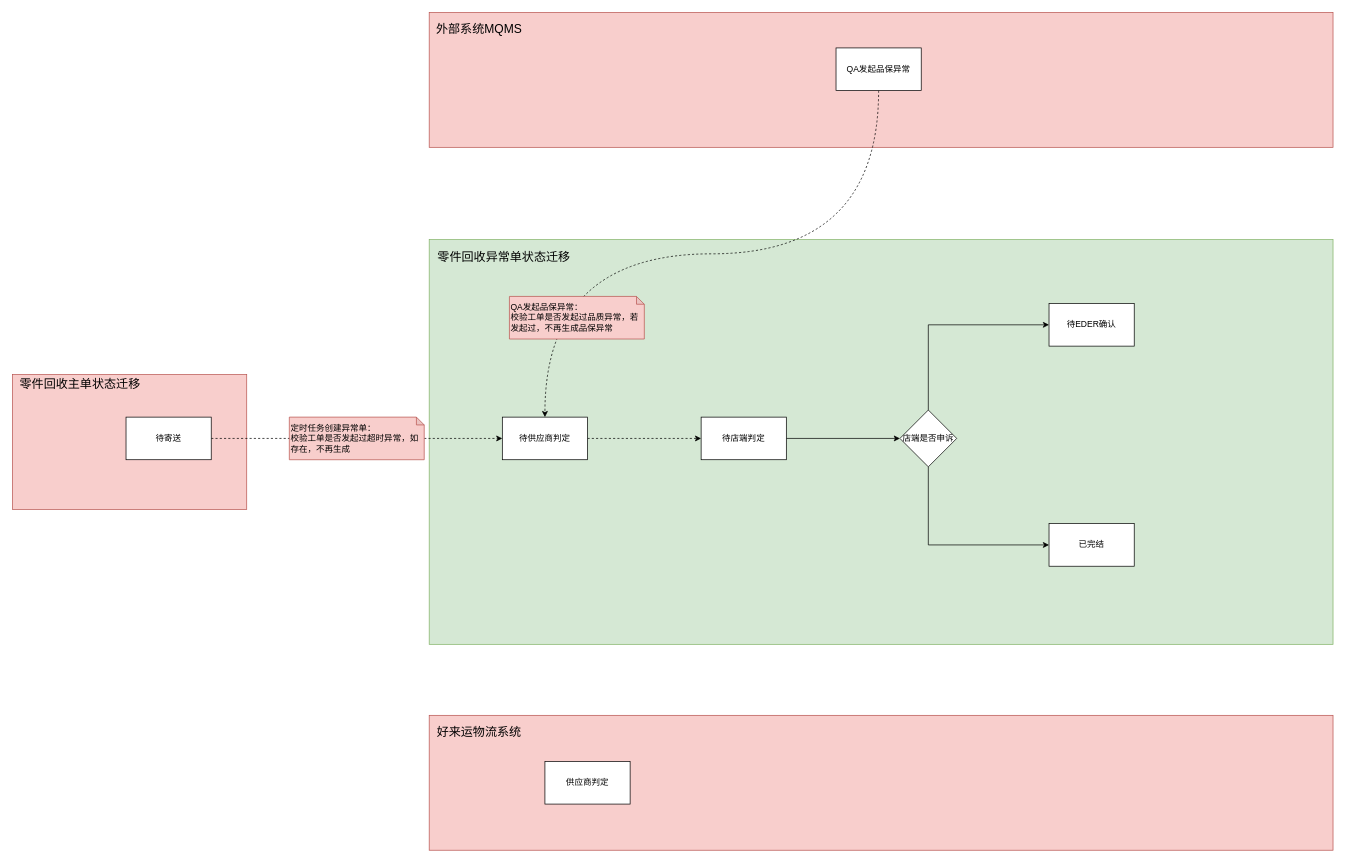
This is 零件回收异常单事件设计.drawio from 1132489442/designer, a draw.io file, before an edit. Source tidied: cells renumbered, new cells numbered last; positions are measured from the earlier drawing's top-left corner, leaving out a move shared by most shapes. Both pictures are drawn from the tidied source at 71%, with x=0, y=0 at pixel (12, 12).
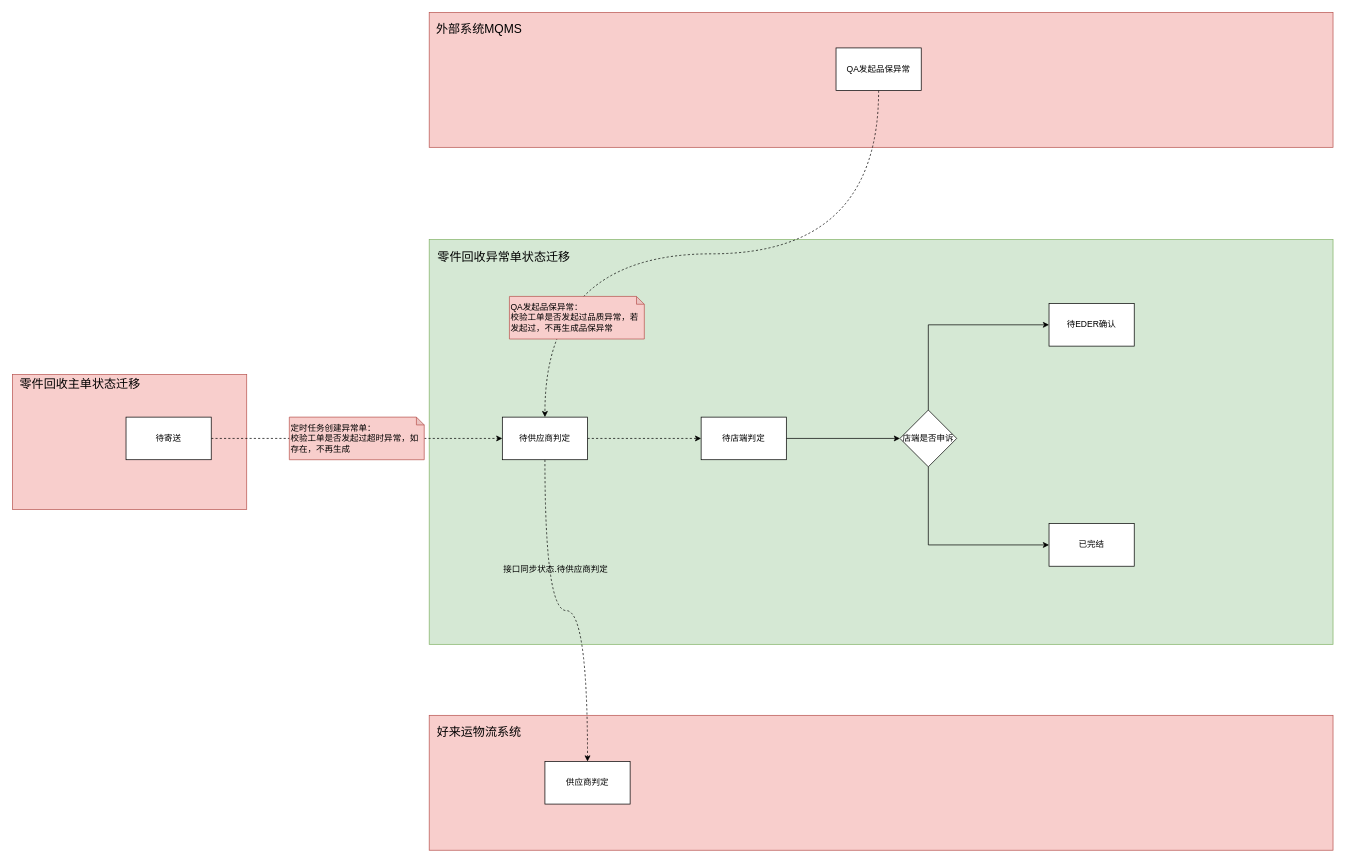
After the change.

Commit message (it also covers changes not shown here):
更新零件回收异常单事件设计.drawio

The change refers to these unchanged cells:
```xml
<mxCell id="10" value="&lt;span style=&quot;font-size: 12px;&quot;&gt;待供应商判定&lt;/span&gt;" style="rounded=0;whiteSpace=wrap;html=1;" parent="1" vertex="1">
  <mxGeometry x="690" y="570" width="120" height="60" as="geometry" />
</mxCell>
<mxCell id="23" value="&lt;span style=&quot;font-size: 12px;&quot;&gt;供应商判定&lt;/span&gt;" style="rounded=0;whiteSpace=wrap;html=1;" parent="1" vertex="1">
  <mxGeometry x="750" y="1055" width="120" height="60" as="geometry" />
</mxCell>
```

The edit, as a diff of the source:
```diff
@@
+    <mxCell id="26" style="edgeStyle=orthogonalEdgeStyle;rounded=0;jettySize=auto;html=1;exitX=0.5;exitY=1;exitDx=0;exitDy=0;entryX=0.5;entryY=0;entryDx=0;entryDy=0;curved=1;dashed=1;" parent="1" edge="1" source="10" target="23">
+      <mxGeometry relative="1" as="geometry" />
+    </mxCell>
@@
+    <mxCell id="27" value="接口同步状态.待供应商判定" style="text;html=1;align=center;verticalAlign=middle;strokeColor=none;fillColor=none;" parent="1" vertex="1">
+      <mxGeometry x="680" y="770" width="170" height="30" as="geometry" />
+    </mxCell>
```
